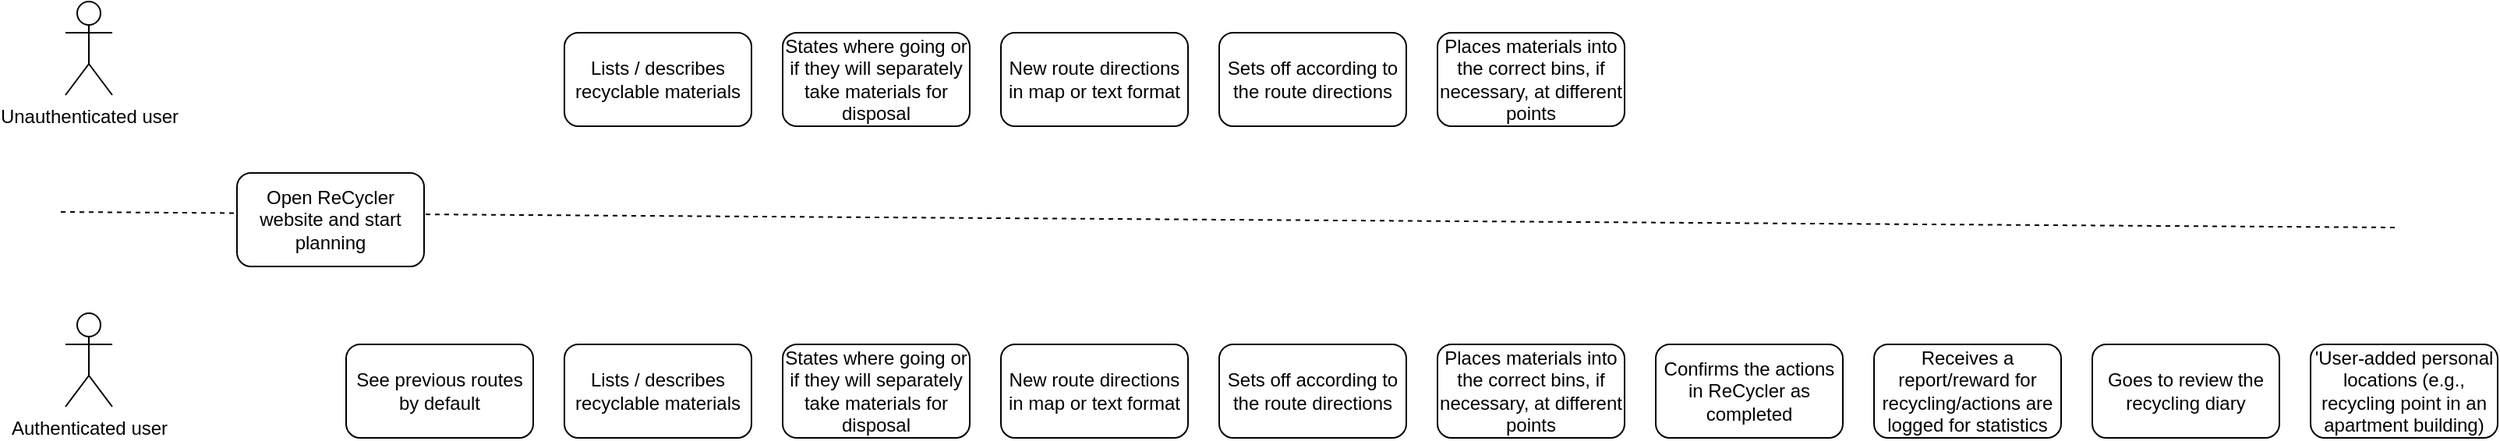
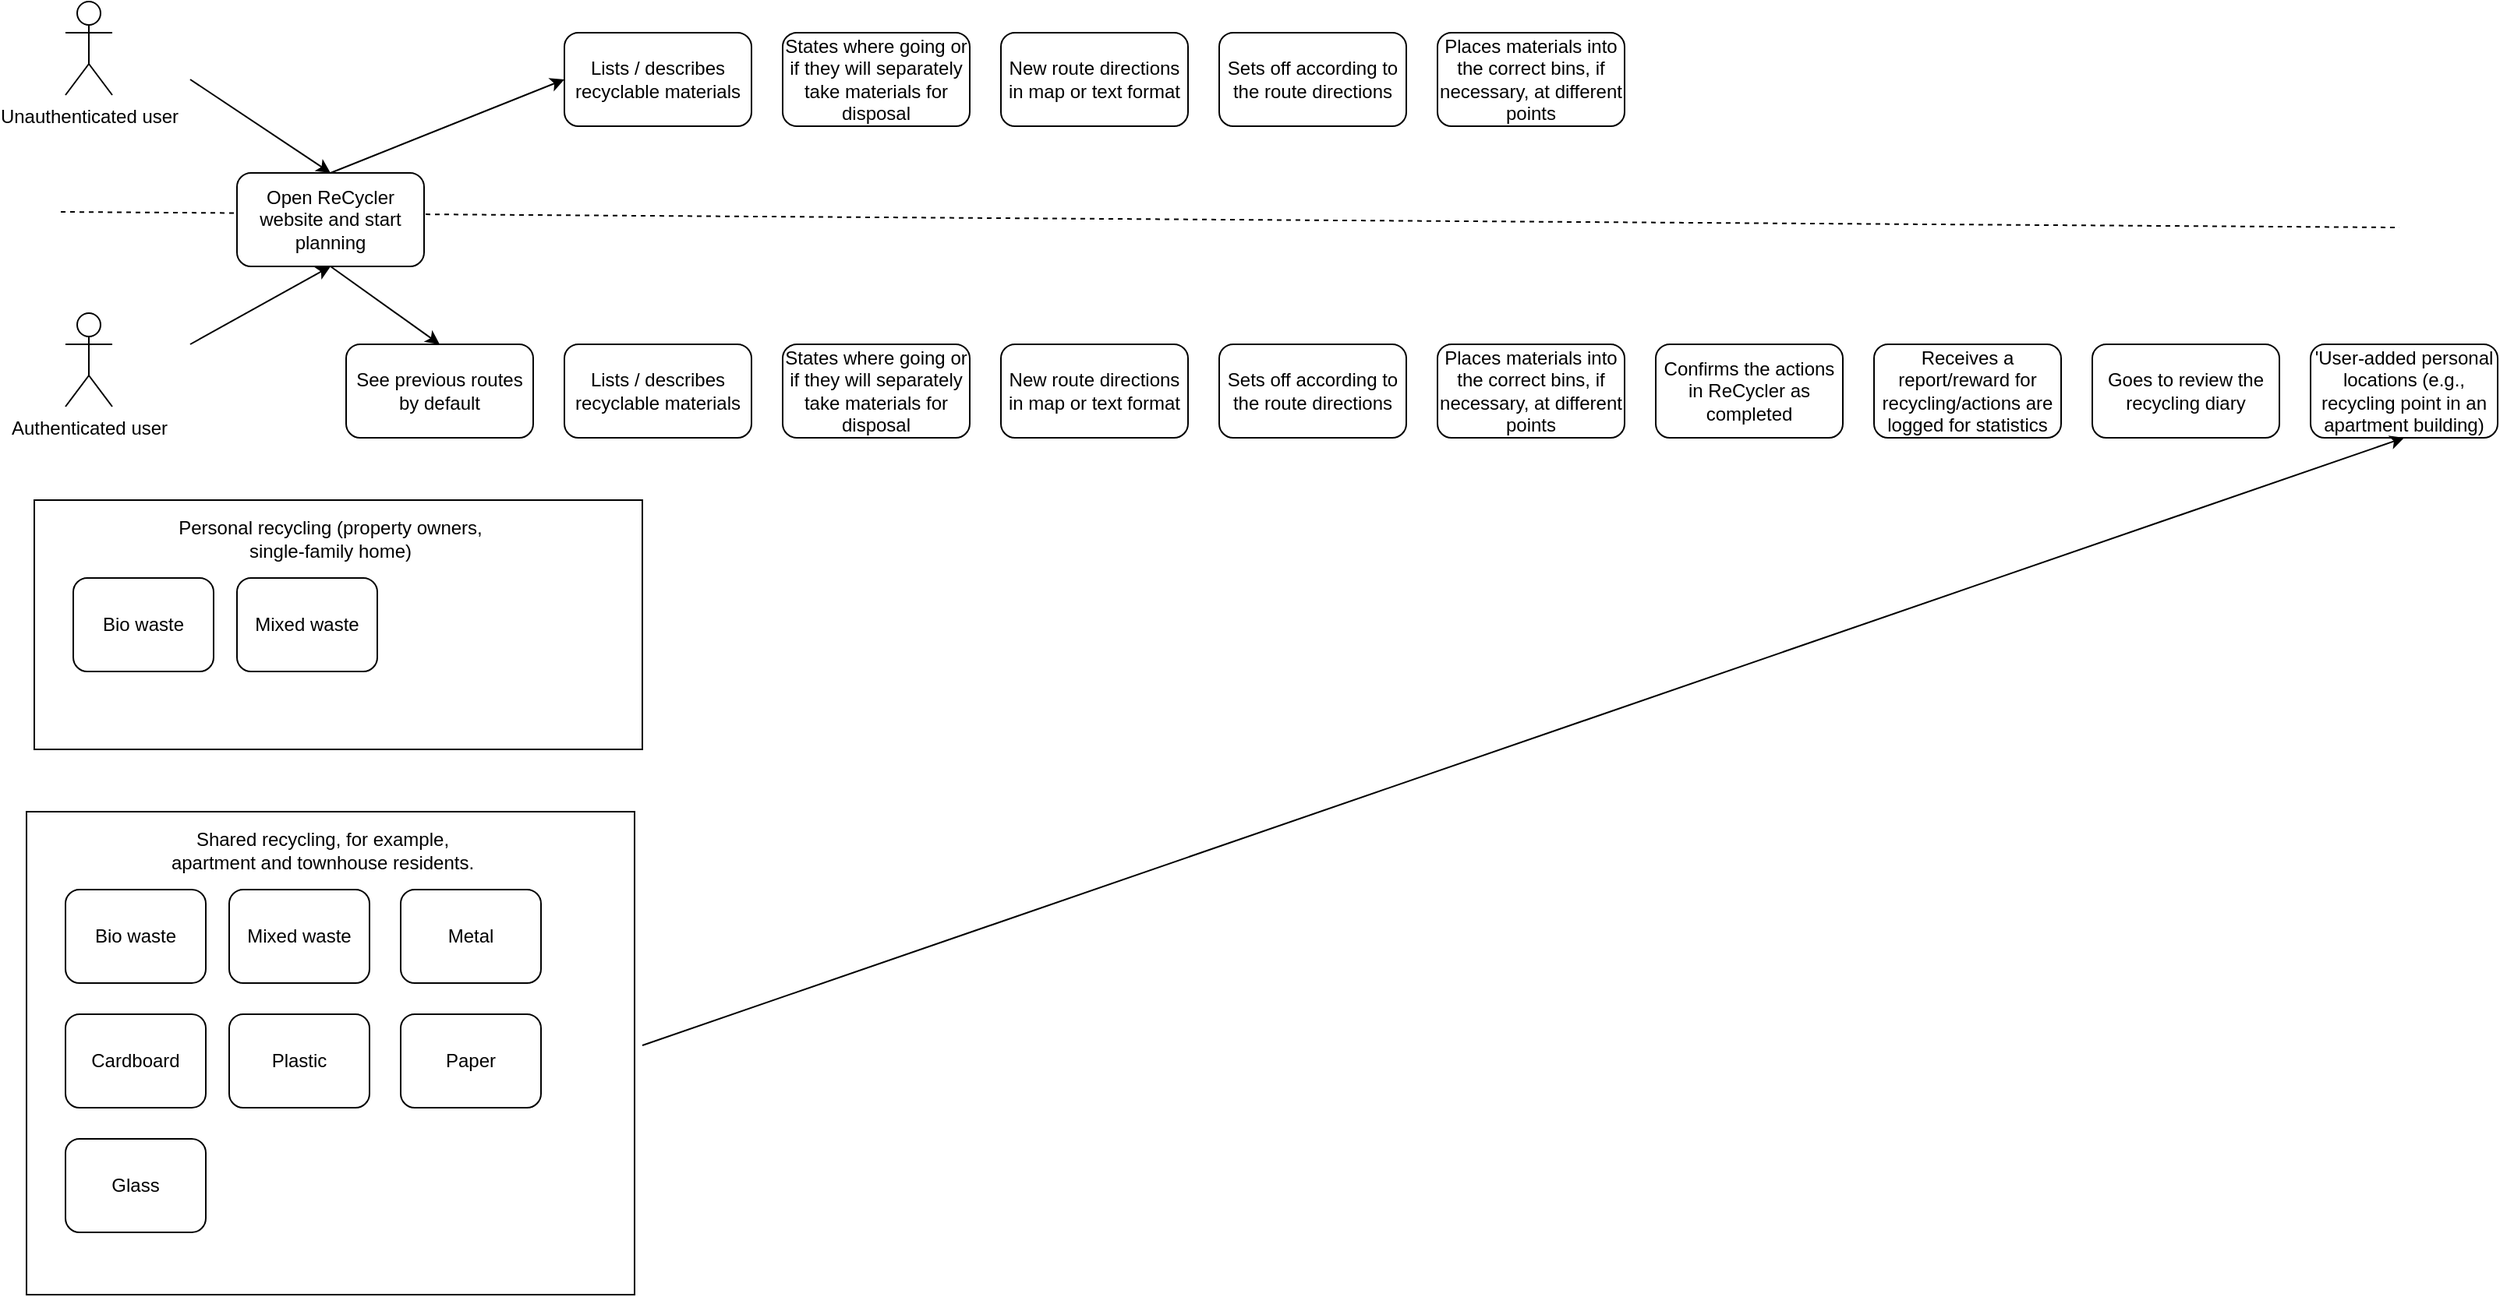
- <mxfile host="app.diagrams.net" modified="2024-01-02T14:40:13.234Z" agent="Mozilla/5.0 (Macintosh; Intel Mac OS X 10_15_7) AppleWebKit/605.1.15 (KHTML, like Gecko) Version/17.1 Safari/605.1.15" etag="4C1tBOGZ4zdeTSeBXKk_" version="22.1.16" type="github">
+ <mxfile host="app.diagrams.net" modified="2024-01-02T14:50:46.938Z" agent="Mozilla/5.0 (Macintosh; Intel Mac OS X 10_15_7) AppleWebKit/605.1.15 (KHTML, like Gecko) Version/17.1 Safari/605.1.15" etag="ScaW6Md1uHyGenauqdFJ" version="22.1.16" type="github">
  <diagram name="Page-1" id="KqT4ygK-pLhFqNeephAf">
    <mxGraphModel dx="1710" dy="1018" grid="1" gridSize="10" guides="1" tooltips="1" connect="1" arrows="1" fold="1" page="1" pageScale="1" pageWidth="1654" pageHeight="1169" math="0" shadow="0">
      <root>
        <mxCell id="0" />
        <mxCell id="1" parent="0" />
+         <mxCell id="ee45y4G0gzjRnPrVUwhJ-45" value="" style="rounded=0;whiteSpace=wrap;html=1;" vertex="1" parent="1">
+           <mxGeometry x="55" y="600" width="390" height="310" as="geometry" />
+         </mxCell>
        <mxCell id="ee45y4G0gzjRnPrVUwhJ-22" value="" style="endArrow=none;dashed=1;html=1;rounded=0;" edge="1" parent="1">
          <mxGeometry width="50" height="50" relative="1" as="geometry">
            <mxPoint x="77" y="215" as="sourcePoint" />
            <mxPoint x="1577" y="225" as="targetPoint" />
          </mxGeometry>
        </mxCell>
        <mxCell id="ee45y4G0gzjRnPrVUwhJ-1" value="Unauthenticated user" style="shape=umlActor;verticalLabelPosition=bottom;verticalAlign=top;html=1;outlineConnect=0;" vertex="1" parent="1">
          <mxGeometry x="80" y="80" width="30" height="60" as="geometry" />
        </mxCell>
        <mxCell id="ee45y4G0gzjRnPrVUwhJ-2" value="Authenticated user" style="shape=umlActor;verticalLabelPosition=bottom;verticalAlign=top;html=1;outlineConnect=0;" vertex="1" parent="1">
          <mxGeometry x="80" y="280" width="30" height="60" as="geometry" />
        </mxCell>
        <mxCell id="ee45y4G0gzjRnPrVUwhJ-5" value="Open ReCycler website and start planning" style="rounded=1;whiteSpace=wrap;html=1;" vertex="1" parent="1">
          <mxGeometry x="190" y="190" width="120" height="60" as="geometry" />
        </mxCell>
        <mxCell id="ee45y4G0gzjRnPrVUwhJ-7" value="See previous routes by default" style="rounded=1;whiteSpace=wrap;html=1;" vertex="1" parent="1">
          <mxGeometry x="260" y="300" width="120" height="60" as="geometry" />
        </mxCell>
        <mxCell id="ee45y4G0gzjRnPrVUwhJ-9" value="Lists / describes recyclable materials" style="rounded=1;whiteSpace=wrap;html=1;" vertex="1" parent="1">
          <mxGeometry x="400" y="300" width="120" height="60" as="geometry" />
        </mxCell>
        <mxCell id="ee45y4G0gzjRnPrVUwhJ-10" value="Lists / describes recyclable materials" style="rounded=1;whiteSpace=wrap;html=1;" vertex="1" parent="1">
          <mxGeometry x="400" y="100" width="120" height="60" as="geometry" />
        </mxCell>
        <mxCell id="ee45y4G0gzjRnPrVUwhJ-12" value="States where going or if they will separately take materials for disposal" style="rounded=1;whiteSpace=wrap;html=1;" vertex="1" parent="1">
          <mxGeometry x="540" y="300" width="120" height="60" as="geometry" />
        </mxCell>
        <mxCell id="ee45y4G0gzjRnPrVUwhJ-13" value="States where going or if they will separately take materials for disposal" style="rounded=1;whiteSpace=wrap;html=1;" vertex="1" parent="1">
          <mxGeometry x="540" y="100" width="120" height="60" as="geometry" />
        </mxCell>
        <mxCell id="ee45y4G0gzjRnPrVUwhJ-15" value="New route directions in map or text format" style="rounded=1;whiteSpace=wrap;html=1;" vertex="1" parent="1">
          <mxGeometry x="680" y="100" width="120" height="60" as="geometry" />
        </mxCell>
        <mxCell id="ee45y4G0gzjRnPrVUwhJ-16" value="New route directions in map or text format" style="rounded=1;whiteSpace=wrap;html=1;" vertex="1" parent="1">
          <mxGeometry x="680" y="300" width="120" height="60" as="geometry" />
        </mxCell>
        <mxCell id="ee45y4G0gzjRnPrVUwhJ-17" value="Sets off according to the route directions" style="rounded=1;whiteSpace=wrap;html=1;" vertex="1" parent="1">
          <mxGeometry x="820" y="100" width="120" height="60" as="geometry" />
        </mxCell>
        <mxCell id="ee45y4G0gzjRnPrVUwhJ-18" value="Sets off according to the route directions" style="rounded=1;whiteSpace=wrap;html=1;" vertex="1" parent="1">
          <mxGeometry x="820" y="300" width="120" height="60" as="geometry" />
        </mxCell>
        <mxCell id="ee45y4G0gzjRnPrVUwhJ-20" value="Places materials into the correct bins, if necessary, at different points" style="rounded=1;whiteSpace=wrap;html=1;" vertex="1" parent="1">
          <mxGeometry x="960" y="100" width="120" height="60" as="geometry" />
        </mxCell>
        <mxCell id="ee45y4G0gzjRnPrVUwhJ-21" value="Places materials into the correct bins, if necessary, at different points" style="rounded=1;whiteSpace=wrap;html=1;" vertex="1" parent="1">
          <mxGeometry x="960" y="300" width="120" height="60" as="geometry" />
        </mxCell>
        <mxCell id="ee45y4G0gzjRnPrVUwhJ-24" value="Confirms the actions in ReCycler as completed" style="rounded=1;whiteSpace=wrap;html=1;" vertex="1" parent="1">
          <mxGeometry x="1100" y="300" width="120" height="60" as="geometry" />
        </mxCell>
        <mxCell id="ee45y4G0gzjRnPrVUwhJ-26" value="Receives a report/reward for recycling/actions are logged for statistics" style="rounded=1;whiteSpace=wrap;html=1;" vertex="1" parent="1">
          <mxGeometry x="1240" y="300" width="120" height="60" as="geometry" />
        </mxCell>
        <mxCell id="ee45y4G0gzjRnPrVUwhJ-29" value="Goes to review the recycling diary" style="rounded=1;whiteSpace=wrap;html=1;" vertex="1" parent="1">
          <mxGeometry x="1380" y="300" width="120" height="60" as="geometry" />
        </mxCell>
        <mxCell id="ee45y4G0gzjRnPrVUwhJ-30" value="&#39;User-added personal locations (e.g., recycling point in an apartment building)" style="rounded=1;whiteSpace=wrap;html=1;" vertex="1" parent="1">
          <mxGeometry x="1520" y="300" width="120" height="60" as="geometry" />
        </mxCell>
+         <mxCell id="ee45y4G0gzjRnPrVUwhJ-34" value="" style="endArrow=classic;html=1;rounded=0;entryX=0.5;entryY=0;entryDx=0;entryDy=0;" edge="1" parent="1" target="ee45y4G0gzjRnPrVUwhJ-5">
+           <mxGeometry width="50" height="50" relative="1" as="geometry">
+             <mxPoint x="160" y="130" as="sourcePoint" />
+             <mxPoint x="950" y="440" as="targetPoint" />
+           </mxGeometry>
+         </mxCell>
+         <mxCell id="ee45y4G0gzjRnPrVUwhJ-35" value="" style="endArrow=classic;html=1;rounded=0;entryX=0.5;entryY=1;entryDx=0;entryDy=0;" edge="1" parent="1" target="ee45y4G0gzjRnPrVUwhJ-5">
+           <mxGeometry width="50" height="50" relative="1" as="geometry">
+             <mxPoint x="160" y="300" as="sourcePoint" />
+             <mxPoint x="260" y="200" as="targetPoint" />
+           </mxGeometry>
+         </mxCell>
+         <mxCell id="ee45y4G0gzjRnPrVUwhJ-36" value="" style="endArrow=classic;html=1;rounded=0;entryX=0;entryY=0.5;entryDx=0;entryDy=0;exitX=0.5;exitY=0;exitDx=0;exitDy=0;" edge="1" parent="1" source="ee45y4G0gzjRnPrVUwhJ-5" target="ee45y4G0gzjRnPrVUwhJ-10">
+           <mxGeometry width="50" height="50" relative="1" as="geometry">
+             <mxPoint x="170" y="140" as="sourcePoint" />
+             <mxPoint x="260" y="200" as="targetPoint" />
+           </mxGeometry>
+         </mxCell>
+         <mxCell id="ee45y4G0gzjRnPrVUwhJ-37" value="" style="endArrow=classic;html=1;rounded=0;entryX=0.5;entryY=0;entryDx=0;entryDy=0;exitX=0.5;exitY=1;exitDx=0;exitDy=0;" edge="1" parent="1" source="ee45y4G0gzjRnPrVUwhJ-5" target="ee45y4G0gzjRnPrVUwhJ-7">
+           <mxGeometry width="50" height="50" relative="1" as="geometry">
+             <mxPoint x="320" y="230" as="sourcePoint" />
+             <mxPoint x="410" y="140" as="targetPoint" />
+           </mxGeometry>
+         </mxCell>
+         <mxCell id="ee45y4G0gzjRnPrVUwhJ-38" value="Bio waste" style="rounded=1;whiteSpace=wrap;html=1;" vertex="1" parent="1">
+           <mxGeometry x="80" y="650" width="90" height="60" as="geometry" />
+         </mxCell>
+         <mxCell id="ee45y4G0gzjRnPrVUwhJ-39" value="Mixed waste" style="rounded=1;whiteSpace=wrap;html=1;" vertex="1" parent="1">
+           <mxGeometry x="185" y="650" width="90" height="60" as="geometry" />
+         </mxCell>
+         <mxCell id="ee45y4G0gzjRnPrVUwhJ-42" value="Cardboard" style="rounded=1;whiteSpace=wrap;html=1;" vertex="1" parent="1">
+           <mxGeometry x="80" y="730" width="90" height="60" as="geometry" />
+         </mxCell>
+         <mxCell id="ee45y4G0gzjRnPrVUwhJ-43" value="Metal" style="rounded=1;whiteSpace=wrap;html=1;" vertex="1" parent="1">
+           <mxGeometry x="295" y="650" width="90" height="60" as="geometry" />
+         </mxCell>
+         <mxCell id="ee45y4G0gzjRnPrVUwhJ-44" value="Plastic" style="rounded=1;whiteSpace=wrap;html=1;" vertex="1" parent="1">
+           <mxGeometry x="185" y="730" width="90" height="60" as="geometry" />
+         </mxCell>
+         <mxCell id="ee45y4G0gzjRnPrVUwhJ-46" value="Shared recycling, for example, apartment and townhouse residents." style="text;html=1;strokeColor=none;fillColor=none;align=center;verticalAlign=middle;whiteSpace=wrap;rounded=0;" vertex="1" parent="1">
+           <mxGeometry x="135" y="610" width="220" height="30" as="geometry" />
+         </mxCell>
+         <mxCell id="ee45y4G0gzjRnPrVUwhJ-47" value="Paper" style="rounded=1;whiteSpace=wrap;html=1;" vertex="1" parent="1">
+           <mxGeometry x="295" y="730" width="90" height="60" as="geometry" />
+         </mxCell>
+         <mxCell id="ee45y4G0gzjRnPrVUwhJ-48" value="Glass" style="rounded=1;whiteSpace=wrap;html=1;" vertex="1" parent="1">
+           <mxGeometry x="80" y="810" width="90" height="60" as="geometry" />
+         </mxCell>
+         <mxCell id="ee45y4G0gzjRnPrVUwhJ-50" value="" style="rounded=0;whiteSpace=wrap;html=1;" vertex="1" parent="1">
+           <mxGeometry x="60" y="400" width="390" height="160" as="geometry" />
+         </mxCell>
+         <mxCell id="ee45y4G0gzjRnPrVUwhJ-51" value="Bio waste" style="rounded=1;whiteSpace=wrap;html=1;" vertex="1" parent="1">
+           <mxGeometry x="85" y="450" width="90" height="60" as="geometry" />
+         </mxCell>
+         <mxCell id="ee45y4G0gzjRnPrVUwhJ-52" value="Mixed waste" style="rounded=1;whiteSpace=wrap;html=1;" vertex="1" parent="1">
+           <mxGeometry x="190" y="450" width="90" height="60" as="geometry" />
+         </mxCell>
+         <mxCell id="ee45y4G0gzjRnPrVUwhJ-56" value="Personal recycling (property owners, single-family home)" style="text;html=1;strokeColor=none;fillColor=none;align=center;verticalAlign=middle;whiteSpace=wrap;rounded=0;" vertex="1" parent="1">
+           <mxGeometry x="140" y="410" width="220" height="30" as="geometry" />
+         </mxCell>
+         <mxCell id="ee45y4G0gzjRnPrVUwhJ-59" value="" style="endArrow=classic;html=1;rounded=0;entryX=0.5;entryY=1;entryDx=0;entryDy=0;" edge="1" parent="1" target="ee45y4G0gzjRnPrVUwhJ-30">
+           <mxGeometry width="50" height="50" relative="1" as="geometry">
+             <mxPoint x="450" y="750" as="sourcePoint" />
+             <mxPoint x="810" y="780" as="targetPoint" />
+           </mxGeometry>
+         </mxCell>
      </root>
    </mxGraphModel>
  </diagram>
</mxfile>
